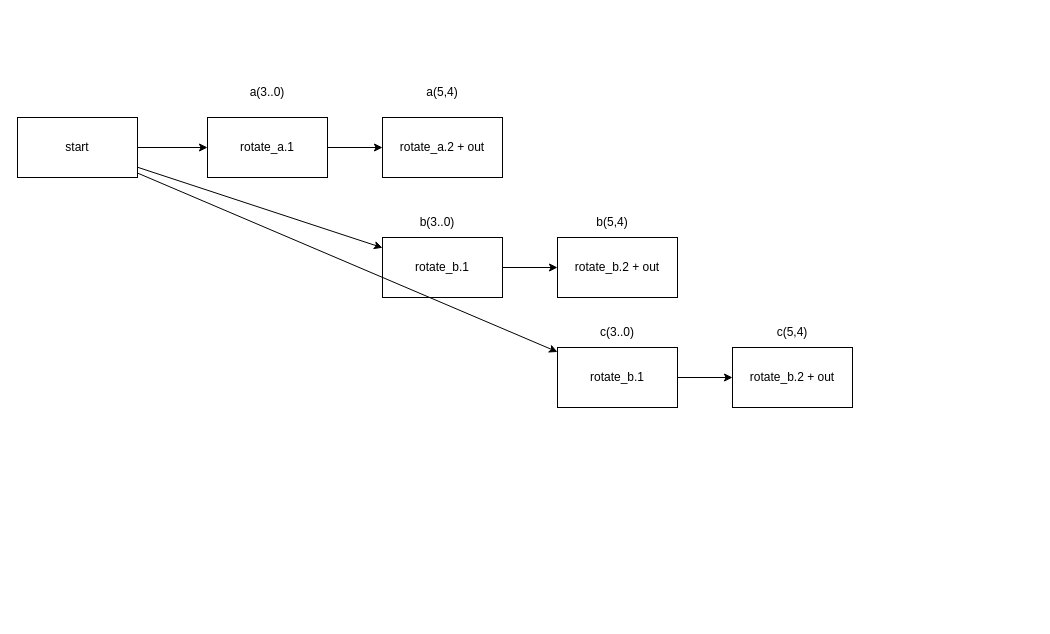
The draw.io diagram page "Page-8" (8 of 8) of crypto-chip/diffusion layer.drawio in Reconfigurable-Computing-CalPoly-Pomona/RECO_LWC_IP, before the edit. Source tidied: cells renumbered, new cells numbered last; positions are measured from the earlier drawing's top-left corner, leaving out a move shared by most shapes. Both pictures are drawn from the tidied source at 100%, with x=0, y=0 at pixel (17, 77).
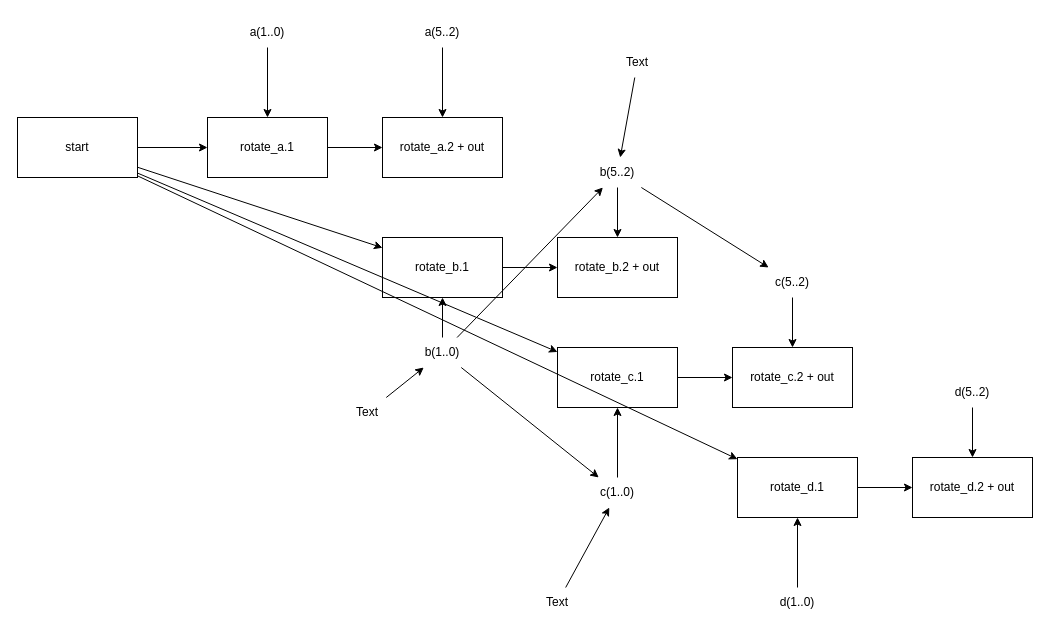
After the change.

Unchanged cells that the change refers to:
```xml
<mxCell id="3" value="rotate_a.1" style="rounded=0;whiteSpace=wrap;html=1;" parent="1" vertex="1">
  <mxGeometry x="190" y="40" width="120" height="60" as="geometry" />
</mxCell>
<mxCell id="4" value="rotate_a.2 + out" style="rounded=0;whiteSpace=wrap;html=1;" parent="1" vertex="1">
  <mxGeometry x="365" y="40" width="120" height="60" as="geometry" />
</mxCell>
<mxCell id="6" value="rotate_b.1" style="rounded=0;whiteSpace=wrap;html=1;" parent="1" vertex="1">
  <mxGeometry x="365" y="160" width="120" height="60" as="geometry" />
</mxCell>
<mxCell id="7" value="rotate_b.2 + out" style="rounded=0;whiteSpace=wrap;html=1;" parent="1" vertex="1">
  <mxGeometry x="540" y="160" width="120" height="60" as="geometry" />
</mxCell>
<mxCell id="20" value="start" style="rounded=0;whiteSpace=wrap;html=1;" parent="1" vertex="1">
  <mxGeometry y="40" width="120" height="60" as="geometry" />
</mxCell>
```

What changed in the source:
```diff
@@
+    <mxCell id="21" style="edgeStyle=none;html=1;" parent="1" edge="1" source="8" target="3">
+      <mxGeometry relative="1" as="geometry" />
+    </mxCell>
-    <mxCell id="8" value="a(3..0)" style="text;html=1;strokeColor=none;fillColor=none;align=center;verticalAlign=middle;whiteSpace=wrap;rounded=0;" parent="1" vertex="1">
-      <mxGeometry x="220" width="60" height="30" as="geometry" />
+    <mxCell id="8" value="a(1..0)" style="text;html=1;strokeColor=none;fillColor=none;align=center;verticalAlign=middle;whiteSpace=wrap;rounded=0;" parent="1" vertex="1">
+      <mxGeometry x="220" y="-60" width="60" height="30" as="geometry" />
     </mxCell>
@@
-    <mxCell id="10" value="rotate_b.1" style="rounded=0;whiteSpace=wrap;html=1;" parent="1" vertex="1">
+    <mxCell id="10" value="rotate_c.1" style="rounded=0;whiteSpace=wrap;html=1;" parent="1" vertex="1">
       <mxGeometry x="540" y="270" width="120" height="60" as="geometry" />
     </mxCell>
-    <mxCell id="11" value="rotate_b.2 + out" style="rounded=0;whiteSpace=wrap;html=1;" parent="1" vertex="1">
+    <mxCell id="11" value="rotate_c.2 + out" style="rounded=0;whiteSpace=wrap;html=1;" parent="1" vertex="1">
       <mxGeometry x="715" y="270" width="120" height="60" as="geometry" />
     </mxCell>
+    <mxCell id="22" style="edgeStyle=none;html=1;" parent="1" edge="1" source="12" target="4">
+      <mxGeometry relative="1" as="geometry" />
+    </mxCell>
-    <mxCell id="12" value="a(5,4)" style="text;html=1;strokeColor=none;fillColor=none;align=center;verticalAlign=middle;whiteSpace=wrap;rounded=0;" parent="1" vertex="1">
-      <mxGeometry x="395" width="60" height="30" as="geometry" />
+    <mxCell id="12" value="a(5..2)" style="text;html=1;strokeColor=none;fillColor=none;align=center;verticalAlign=middle;whiteSpace=wrap;rounded=0;" parent="1" vertex="1">
+      <mxGeometry x="395" y="-60" width="60" height="30" as="geometry" />
     </mxCell>
+    <mxCell id="23" style="edgeStyle=none;html=1;" parent="1" edge="1" source="13" target="6">
+      <mxGeometry relative="1" as="geometry" />
+    </mxCell>
+    <mxCell id="24" style="edgeStyle=none;html=1;" parent="1" edge="1" source="13" target="15">
+      <mxGeometry relative="1" as="geometry" />
+    </mxCell>
+    <mxCell id="25" style="edgeStyle=none;html=1;" parent="1" edge="1" source="13" target="14">
+      <mxGeometry relative="1" as="geometry" />
+    </mxCell>
-    <mxCell id="13" value="b(3..0)" style="text;html=1;strokeColor=none;fillColor=none;align=center;verticalAlign=middle;whiteSpace=wrap;rounded=0;" parent="1" vertex="1">
-      <mxGeometry x="390" y="130" width="60" height="30" as="geometry" />
+    <mxCell id="13" value="b(1..0)" style="text;html=1;strokeColor=none;fillColor=none;align=center;verticalAlign=middle;whiteSpace=wrap;rounded=0;" parent="1" vertex="1">
+      <mxGeometry x="395" y="260" width="60" height="30" as="geometry" />
     </mxCell>
+    <mxCell id="26" style="edgeStyle=none;html=1;" parent="1" edge="1" source="14" target="7">
+      <mxGeometry relative="1" as="geometry" />
+    </mxCell>
+    <mxCell id="27" style="edgeStyle=none;html=1;" parent="1" edge="1" source="14" target="16">
+      <mxGeometry relative="1" as="geometry" />
+    </mxCell>
-    <mxCell id="14" value="b(5,4)" style="text;html=1;strokeColor=none;fillColor=none;align=center;verticalAlign=middle;whiteSpace=wrap;rounded=0;" parent="1" vertex="1">
-      <mxGeometry x="565" y="130" width="60" height="30" as="geometry" />
+    <mxCell id="14" value="b(5..2)" style="text;html=1;strokeColor=none;fillColor=none;align=center;verticalAlign=middle;whiteSpace=wrap;rounded=0;" parent="1" vertex="1">
+      <mxGeometry x="570" y="80" width="60" height="30" as="geometry" />
     </mxCell>
+    <mxCell id="28" style="edgeStyle=none;html=1;" parent="1" edge="1" source="15" target="10">
+      <mxGeometry relative="1" as="geometry" />
+    </mxCell>
-    <mxCell id="15" value="c(3..0)" style="text;html=1;strokeColor=none;fillColor=none;align=center;verticalAlign=middle;whiteSpace=wrap;rounded=0;" parent="1" vertex="1">
-      <mxGeometry x="570" y="240" width="60" height="30" as="geometry" />
+    <mxCell id="15" value="c(1..0)" style="text;html=1;strokeColor=none;fillColor=none;align=center;verticalAlign=middle;whiteSpace=wrap;rounded=0;" parent="1" vertex="1">
+      <mxGeometry x="570" y="400" width="60" height="30" as="geometry" />
     </mxCell>
+    <mxCell id="29" style="edgeStyle=none;html=1;" parent="1" edge="1" source="16" target="11">
+      <mxGeometry relative="1" as="geometry" />
+    </mxCell>
-    <mxCell id="16" value="c(5,4)" style="text;html=1;strokeColor=none;fillColor=none;align=center;verticalAlign=middle;whiteSpace=wrap;rounded=0;" parent="1" vertex="1">
-      <mxGeometry x="745" y="240" width="60" height="30" as="geometry" />
+    <mxCell id="16" value="c(5..2)" style="text;html=1;strokeColor=none;fillColor=none;align=center;verticalAlign=middle;whiteSpace=wrap;rounded=0;" parent="1" vertex="1">
+      <mxGeometry x="745" y="190" width="60" height="30" as="geometry" />
     </mxCell>
@@
+    <mxCell id="30" style="edgeStyle=none;html=1;" parent="1" edge="1" source="20" target="32">
+      <mxGeometry relative="1" as="geometry" />
+    </mxCell>
@@
+    <mxCell id="31" style="edgeStyle=none;html=1;" parent="1" edge="1" source="32" target="33">
+      <mxGeometry relative="1" as="geometry" />
+    </mxCell>
+    <mxCell id="32" value="rotate_d.1" style="rounded=0;whiteSpace=wrap;html=1;" parent="1" vertex="1">
+      <mxGeometry x="720" y="380" width="120" height="60" as="geometry" />
+    </mxCell>
+    <mxCell id="33" value="rotate_d.2 + out" style="rounded=0;whiteSpace=wrap;html=1;" parent="1" vertex="1">
+      <mxGeometry x="895" y="380" width="120" height="60" as="geometry" />
+    </mxCell>
+    <mxCell id="34" style="edgeStyle=none;html=1;" parent="1" edge="1" source="35" target="32">
+      <mxGeometry relative="1" as="geometry" />
+    </mxCell>
+    <mxCell id="35" value="d(1..0)" style="text;html=1;strokeColor=none;fillColor=none;align=center;verticalAlign=middle;whiteSpace=wrap;rounded=0;" parent="1" vertex="1">
+      <mxGeometry x="750" y="510" width="60" height="30" as="geometry" />
+    </mxCell>
+    <mxCell id="36" style="edgeStyle=none;html=1;" parent="1" edge="1" source="37" target="33">
+      <mxGeometry relative="1" as="geometry" />
+    </mxCell>
+    <mxCell id="37" value="d(5..2)" style="text;html=1;strokeColor=none;fillColor=none;align=center;verticalAlign=middle;whiteSpace=wrap;rounded=0;" parent="1" vertex="1">
+      <mxGeometry x="925" y="300" width="60" height="30" as="geometry" />
+    </mxCell>
+    <mxCell id="38" style="edgeStyle=none;html=1;" parent="1" edge="1" source="39" target="14">
+      <mxGeometry relative="1" as="geometry" />
+    </mxCell>
+    <mxCell id="39" value="Text" style="text;html=1;strokeColor=none;fillColor=none;align=center;verticalAlign=middle;whiteSpace=wrap;rounded=0;" parent="1" vertex="1">
+      <mxGeometry x="590" y="-30" width="60" height="30" as="geometry" />
+    </mxCell>
+    <mxCell id="40" style="edgeStyle=none;html=1;" parent="1" edge="1" source="41" target="13">
+      <mxGeometry relative="1" as="geometry" />
+    </mxCell>
+    <mxCell id="41" value="Text" style="text;html=1;strokeColor=none;fillColor=none;align=center;verticalAlign=middle;whiteSpace=wrap;rounded=0;" parent="1" vertex="1">
+      <mxGeometry x="320" y="320" width="60" height="30" as="geometry" />
+    </mxCell>
+    <mxCell id="42" style="edgeStyle=none;html=1;" parent="1" edge="1" source="43" target="15">
+      <mxGeometry relative="1" as="geometry" />
+    </mxCell>
+    <mxCell id="43" value="Text" style="text;html=1;strokeColor=none;fillColor=none;align=center;verticalAlign=middle;whiteSpace=wrap;rounded=0;" parent="1" vertex="1">
+      <mxGeometry x="510" y="510" width="60" height="30" as="geometry" />
+    </mxCell>
```
